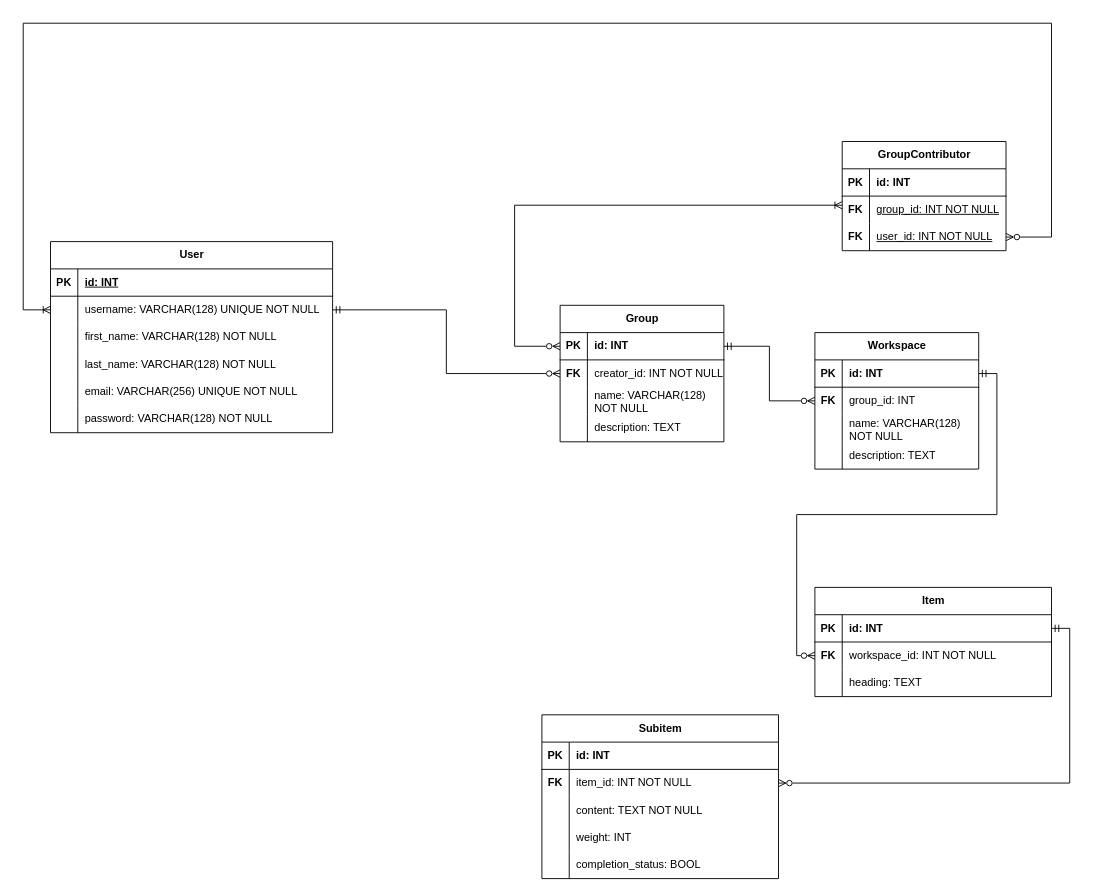
The draw.io diagram ERD.drawio in ufwjerryvu/PROJECT_Kronathens, before the edit. Source tidied: cells renumbered, new cells numbered last; positions are measured from the earlier drawing's top-left corner, leaving out a move shared by most shapes. Both pictures are drawn from the tidied source at 91%, with x=0, y=0 at pixel (23, 23).
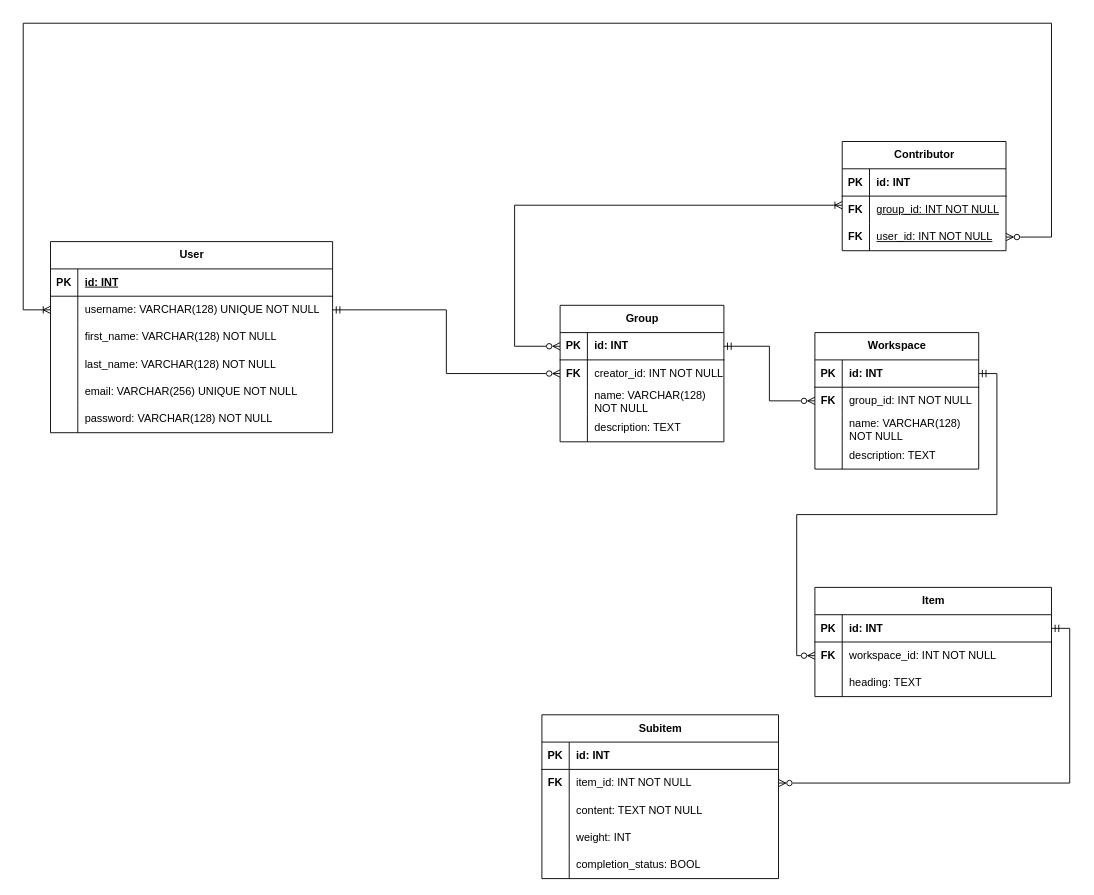
Above is the later version.

Commit message:
design: changed minor nullable constraints

Unchanged cells that the change refers to:
```xml
<mxCell id="38" style="shape=tableRow;horizontal=0;startSize=0;swimlaneHead=0;swimlaneBody=0;fillColor=none;points=[[0,0.5],[1,0.5]];portConstraint=eastwest;top=0;left=0;right=0;bottom=0;" parent="34" vertex="1">
  <mxGeometry y="60" width="180" height="30" as="geometry" />
</mxCell>
```

What changed in the source:
```diff
@@
-    <mxCell id="40" value="&lt;span&gt;group_id&lt;/span&gt;: INT" style="shape=partialRectangle;fillColor=none;top=0;left=0;bottom=0;right=0;align=left;spacingLeft=6;overflow=hidden;whiteSpace=wrap;html=1;fontStyle=0;" parent="38" vertex="1">
+    <mxCell id="40" value="&lt;span&gt;group_id&lt;/span&gt;: INT NOT NULL" style="shape=partialRectangle;fillColor=none;top=0;left=0;bottom=0;right=0;align=left;spacingLeft=6;overflow=hidden;whiteSpace=wrap;html=1;fontStyle=0;" parent="38" vertex="1">
       <mxGeometry x="30" width="150" height="30" as="geometry" />
     </mxCell>
@@
-    <mxCell id="48" value="GroupContributor" style="shape=table;startSize=30;childLayout=tableLayout;rowLines=0;fontStyle=1;align=center;html=1;" parent="1" vertex="1">
+    <mxCell id="48" value="Contributor" style="shape=table;startSize=30;childLayout=tableLayout;rowLines=0;fontStyle=1;align=center;html=1;" parent="1" vertex="1">
       <mxGeometry x="900" y="130" width="180" height="120" as="geometry" />
     </mxCell>
```
